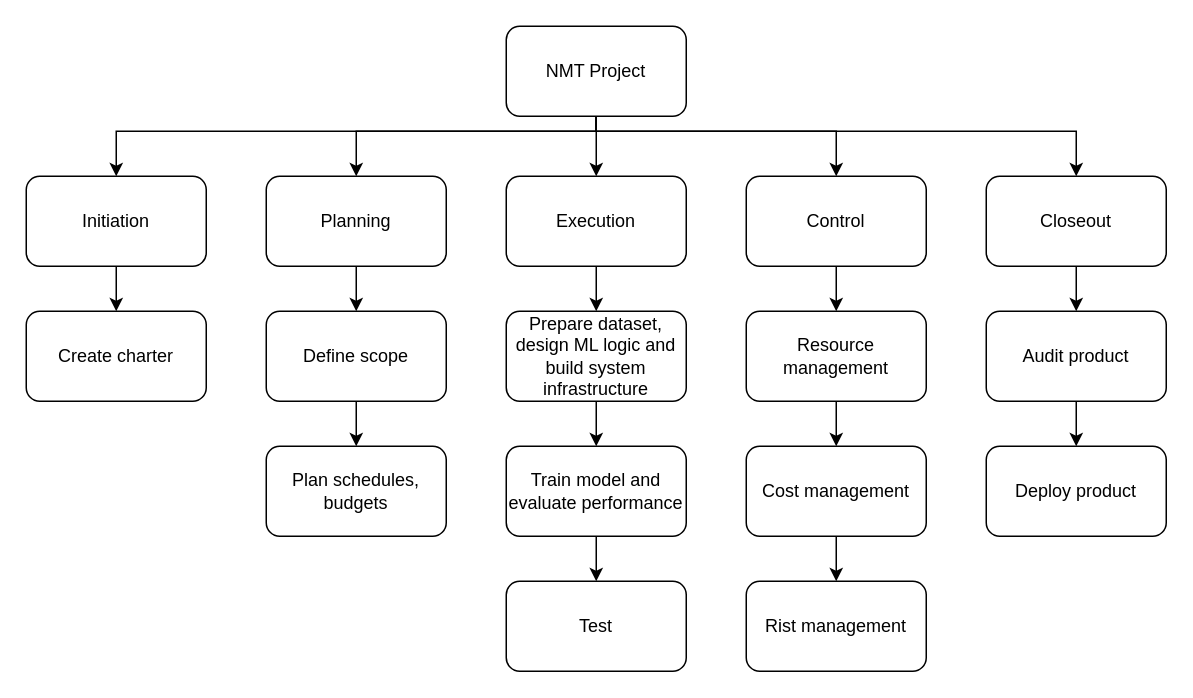
Above: wbs.drawio in iirtrtrt/data (draw.io), before the change. Source tidied: cells renumbered, new cells numbered last; positions are measured from the earlier drawing's top-left corner, leaving out a move shared by most shapes. Both pictures are drawn from the tidied source at 150%, with x=0, y=0 at pixel (26, 26).
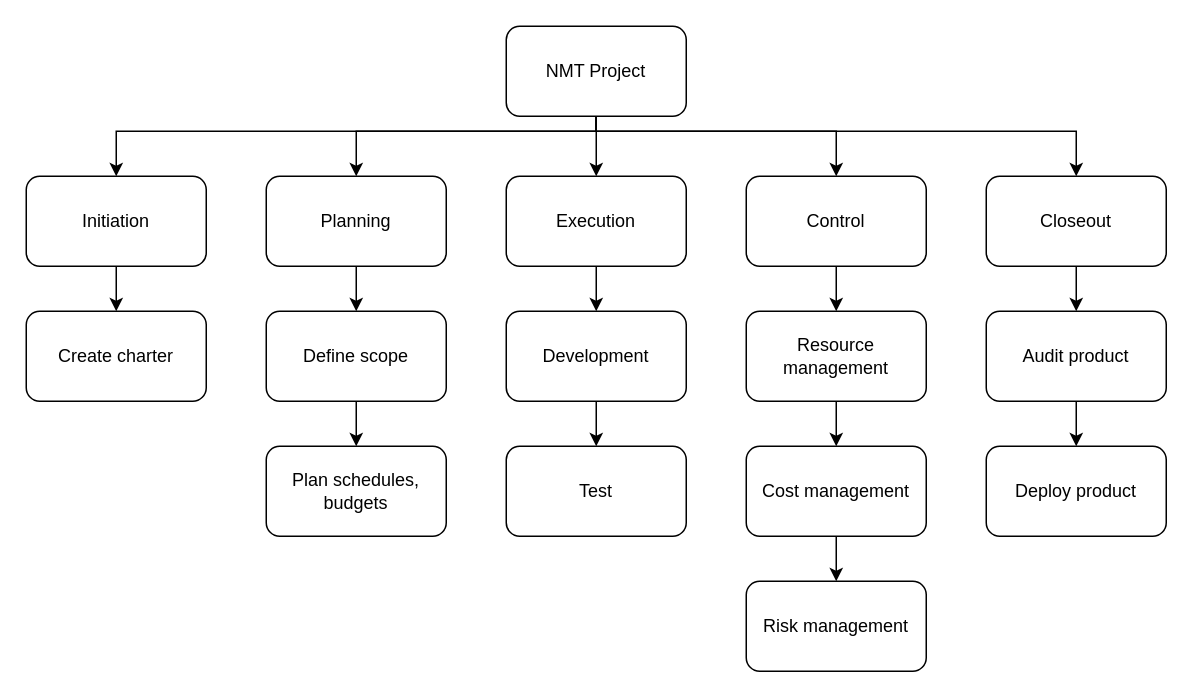
The same page after the edit.

The edit, as a diff of the source:
```diff
@@
-    <mxCell id="22" style="edgeStyle=orthogonalEdgeStyle;rounded=0;jettySize=auto;html=1;entryX=0.5;entryY=0;entryDx=0;entryDy=0;" parent="1" edge="1" source="23" target="25">
-      <mxGeometry relative="1" as="geometry" />
+    <mxCell id="22" style="edgeStyle=orthogonalEdgeStyle;rounded=0;jettySize=auto;html=1;entryX=0.5;entryY=0;entryDx=0;entryDy=0;" parent="1" edge="1" source="23">
+      <mxGeometry relative="1" as="geometry">
+        <mxPoint x="380" y="280" as="targetPoint" />
+      </mxGeometry>
     </mxCell>
-    <mxCell id="23" value="Prepare dataset, design ML logic and build system infrastructure" style="rounded=1;whiteSpace=wrap;html=1;" parent="1" vertex="1">
+    <mxCell id="23" value="Development" style="rounded=1;whiteSpace=wrap;html=1;" parent="1" vertex="1">
       <mxGeometry x="320" y="190" width="120" height="60" as="geometry" />
     </mxCell>
-    <mxCell id="24" style="edgeStyle=orthogonalEdgeStyle;rounded=0;jettySize=auto;html=1;entryX=0.5;entryY=0;entryDx=0;entryDy=0;" parent="1" edge="1" source="25" target="26">
-      <mxGeometry relative="1" as="geometry" />
-    </mxCell>
-    <mxCell id="25" value="Train model and evaluate performance" style="rounded=1;whiteSpace=wrap;html=1;" parent="1" vertex="1">
-      <mxGeometry x="320" y="280" width="120" height="60" as="geometry" />
-    </mxCell>
     <mxCell id="26" value="Test" style="rounded=1;whiteSpace=wrap;html=1;" parent="1" vertex="1">
-      <mxGeometry x="320" y="370" width="120" height="60" as="geometry" />
+      <mxGeometry x="320" y="280" width="120" height="60" as="geometry" />
     </mxCell>
@@
-    <mxCell id="31" value="Rist management" style="rounded=1;whiteSpace=wrap;html=1;" parent="1" vertex="1">
+    <mxCell id="31" value="Risk management" style="rounded=1;whiteSpace=wrap;html=1;" parent="1" vertex="1">
       <mxGeometry x="480" y="370" width="120" height="60" as="geometry" />
     </mxCell>
```
